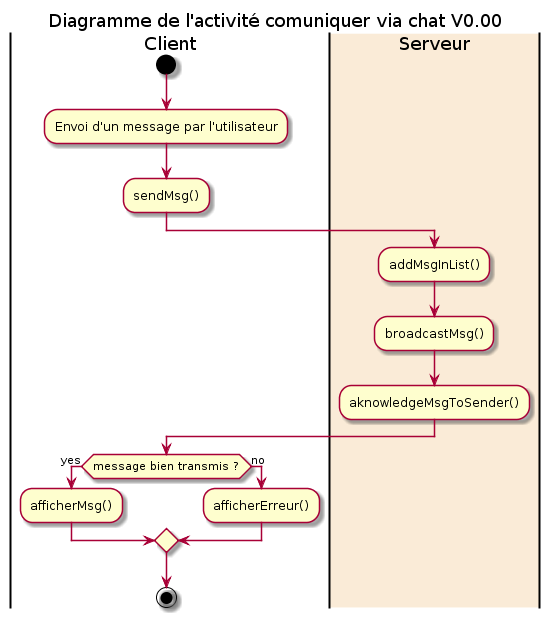
Above: DC/diagrammes/activity-sendMsg-diag.png in gdarchen/WhatsASI (PlantUML), before the change.
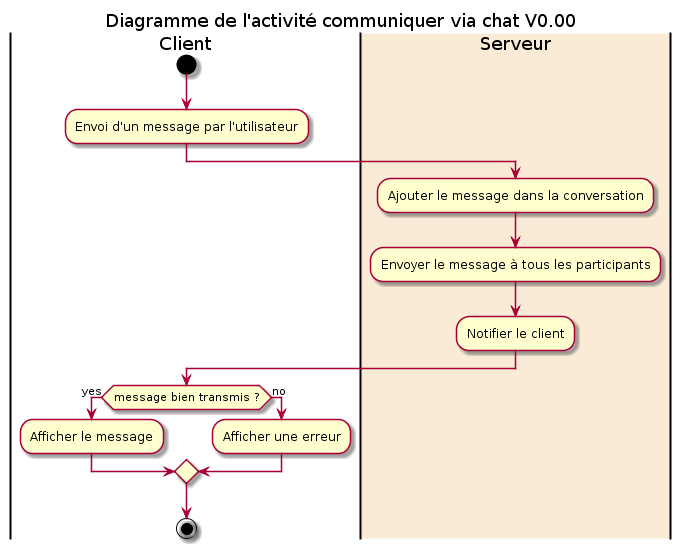
Later version of the same file.

The edit, as a diff of the source:
```diff
@@ -1,19 +1,18 @@
 @startuml
-title Diagramme de l'activité comuniquer via chat V0.00
+title Diagramme de l'activité communiquer via chat V0.00
 
 |Client|
 start
 :Envoi d'un message par l'utilisateur;
-:sendMsg();
 |#AntiqueWhite|Serveur|
-:addMsgInList();
-:broadcastMsg();
-:aknowledgeMsgToSender();
+:Ajouter le message dans la conversation;
+:Envoyer le message à tous les participants;
+:Notifier le client;
 |Client|
 if (message bien transmis ?) then (yes)
-:afficherMsg();
+:Afficher le message;
 else(no)
-:afficherErreur();
+:Afficher une erreur;
 endif
 stop
 @enduml
```
